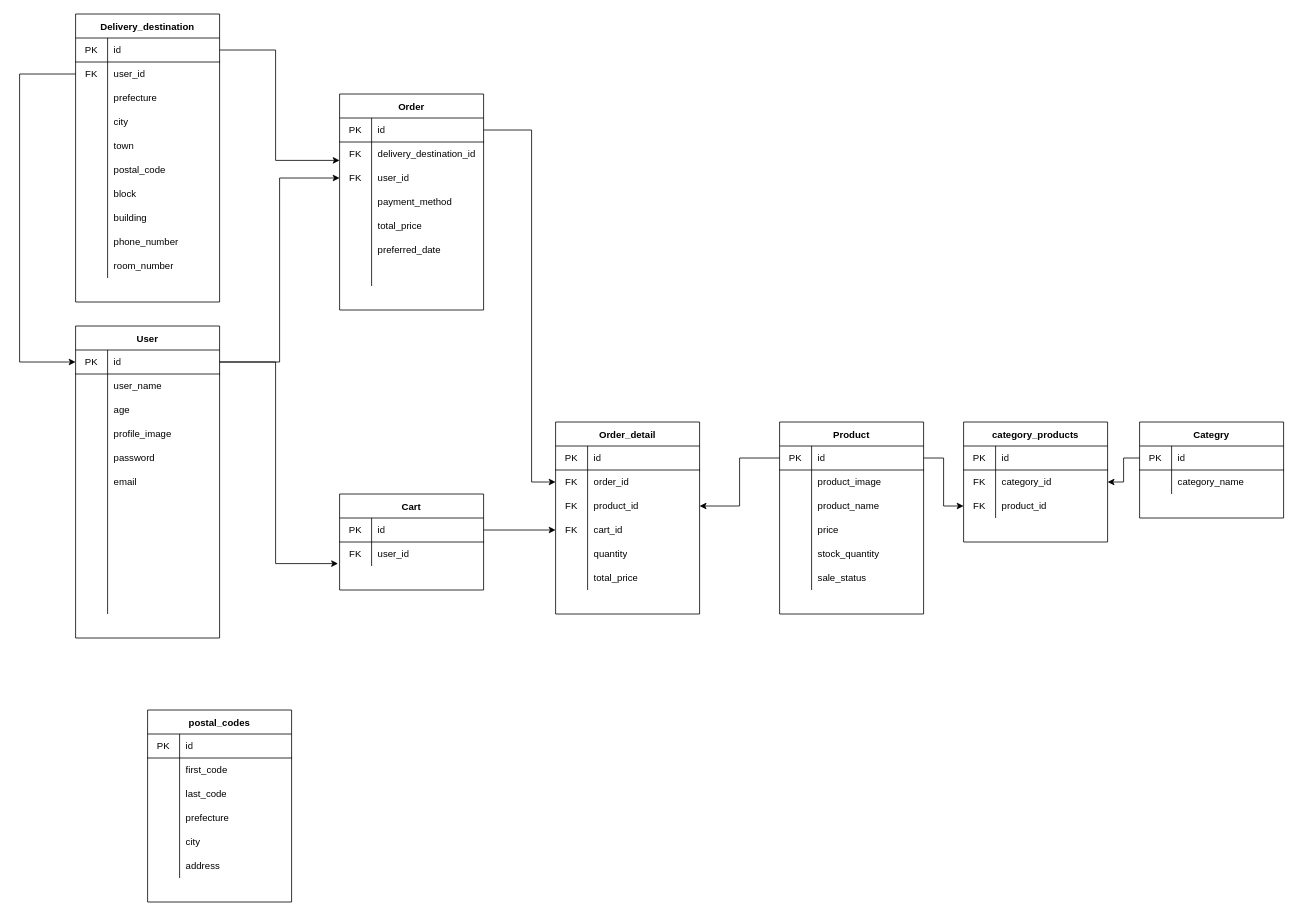
fukasat1009/KaimonoJaws keeps this draw.io diagram as backend/dbdiagram.dio. Above is the earlier version. Source tidied: cells renumbered, new cells numbered last; positions are measured from the earlier drawing's top-left corner, leaving out a move shared by most shapes. Both pictures are drawn from the tidied source at 80%, with x=0, y=0 at pixel (19, 14).
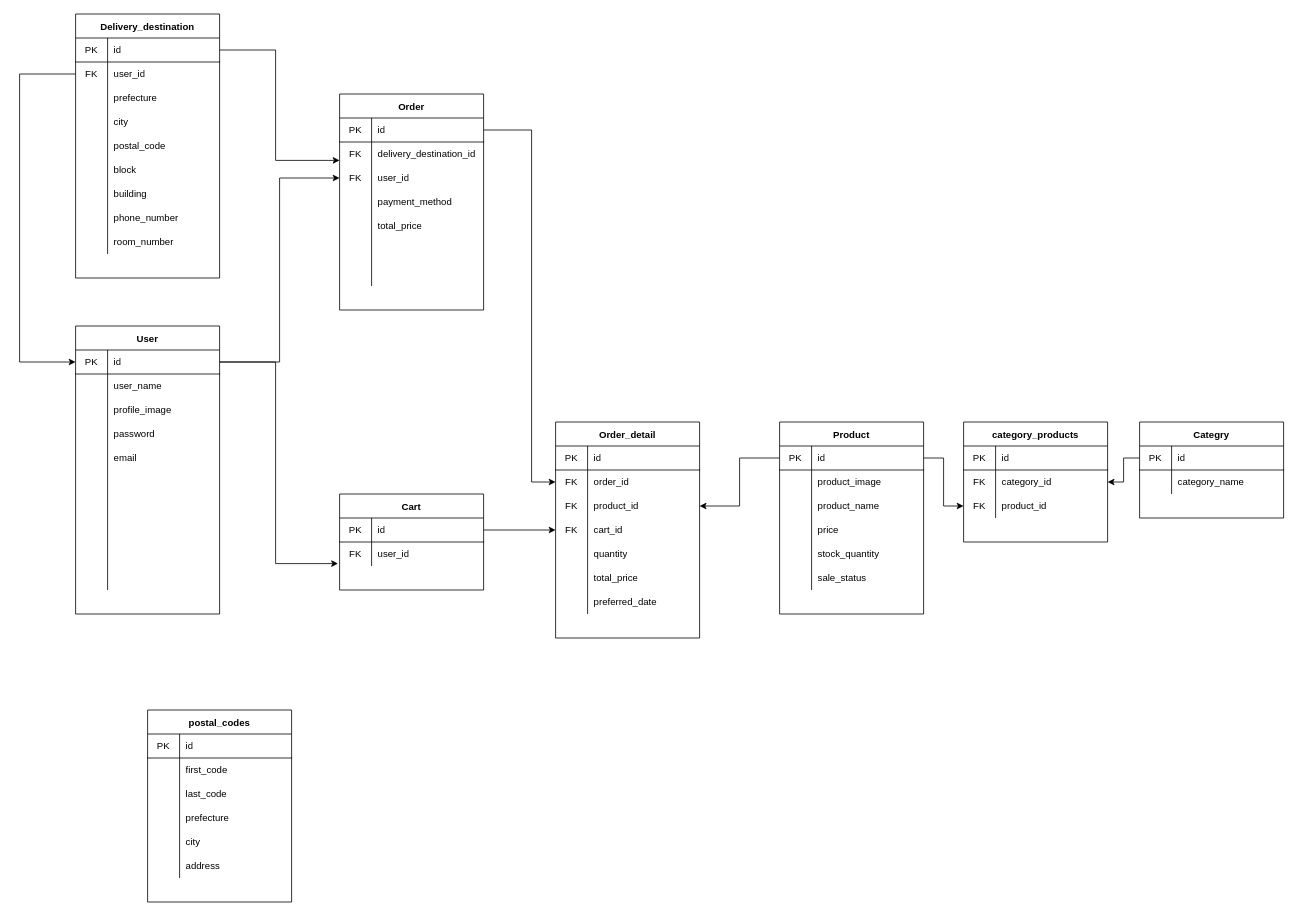
The same page after the edit.

The change refers to these unchanged cells:
```xml
<mxCell id="149" style="shape=partialRectangle;html=1;whiteSpace=wrap;fillColor=none;top=0;left=0;bottom=0;right=0;" parent="133" vertex="1">
  <mxGeometry y="180" width="180" height="30" as="geometry" />
</mxCell>
```

Change to the diagram source:
```diff
@@
     <mxCell id="2" value="User" style="shape=table;startSize=30;childLayout=tableLayout;rowLines=0;fontStyle=1;align=center;" parent="1" vertex="1">
-      <mxGeometry x="70" y="390" width="180" height="390" as="geometry" />
+      <mxGeometry x="70" y="390" width="180" height="360" as="geometry" />
     </mxCell>
@@
-    <mxCell id="9" style="shape=partialRectangle;html=1;whiteSpace=wrap;fillColor=none;top=0;left=0;bottom=0;right=0;" parent="2" vertex="1">
-      <mxGeometry y="90" width="180" height="30" as="geometry" />
-    </mxCell>
-    <mxCell id="10" style="shape=partialRectangle;html=1;whiteSpace=wrap;fillColor=none;top=0;left=0;bottom=0;right=0;overflow=hidden;" parent="9" vertex="1">
-      <mxGeometry width="40" height="30" as="geometry" />
-    </mxCell>
-    <mxCell id="11" value="age" style="shape=partialRectangle;html=1;whiteSpace=wrap;fillColor=none;top=0;left=0;bottom=0;right=0;align=left;spacingLeft=6;overflow=hidden;" parent="9" vertex="1">
-      <mxGeometry x="40" width="140" height="30" as="geometry" />
-    </mxCell>
     <mxCell id="12" style="shape=partialRectangle;html=1;whiteSpace=wrap;fillColor=none;top=0;left=0;bottom=0;right=0;" parent="2" vertex="1">
-      <mxGeometry y="120" width="180" height="30" as="geometry" />
+      <mxGeometry y="90" width="180" height="30" as="geometry" />
     </mxCell>
@@
     <mxCell id="15" style="shape=partialRectangle;html=1;whiteSpace=wrap;fillColor=none;top=0;left=0;bottom=0;right=0;" parent="2" vertex="1">
-      <mxGeometry y="150" width="180" height="30" as="geometry" />
+      <mxGeometry y="120" width="180" height="30" as="geometry" />
     </mxCell>
@@
     <mxCell id="18" style="shape=partialRectangle;html=1;whiteSpace=wrap;fillColor=none;top=0;left=0;bottom=0;right=0;" parent="2" vertex="1">
-      <mxGeometry y="180" width="180" height="30" as="geometry" />
+      <mxGeometry y="150" width="180" height="30" as="geometry" />
     </mxCell>
@@
     <mxCell id="21" style="shape=partialRectangle;html=1;whiteSpace=wrap;fillColor=none;top=0;left=0;bottom=0;right=0;" parent="2" vertex="1">
-      <mxGeometry y="210" width="180" height="30" as="geometry" />
+      <mxGeometry y="180" width="180" height="30" as="geometry" />
     </mxCell>
@@
     <mxCell id="24" style="shape=partialRectangle;html=1;whiteSpace=wrap;fillColor=none;top=0;left=0;bottom=0;right=0;" parent="2" vertex="1">
-      <mxGeometry y="240" width="180" height="30" as="geometry" />
+      <mxGeometry y="210" width="180" height="30" as="geometry" />
     </mxCell>
@@
     <mxCell id="27" style="shape=partialRectangle;html=1;whiteSpace=wrap;fillColor=none;top=0;left=0;bottom=0;right=0;" parent="2" vertex="1">
-      <mxGeometry y="270" width="180" height="30" as="geometry" />
+      <mxGeometry y="240" width="180" height="30" as="geometry" />
     </mxCell>
@@
     <mxCell id="30" style="shape=partialRectangle;html=1;whiteSpace=wrap;fillColor=none;top=0;left=0;bottom=0;right=0;" parent="2" vertex="1">
-      <mxGeometry y="300" width="180" height="30" as="geometry" />
+      <mxGeometry y="270" width="180" height="30" as="geometry" />
     </mxCell>
@@
     <mxCell id="33" style="shape=partialRectangle;html=1;whiteSpace=wrap;fillColor=none;top=0;left=0;bottom=0;right=0;" parent="2" vertex="1">
-      <mxGeometry y="330" width="180" height="30" as="geometry" />
+      <mxGeometry y="300" width="180" height="30" as="geometry" />
     </mxCell>
@@
     <mxCell id="36" value="Delivery_destination" style="shape=table;startSize=30;childLayout=tableLayout;rowLines=0;fontStyle=1;align=center;" parent="1" vertex="1">
-      <mxGeometry x="70" width="180" height="360" as="geometry" />
+      <mxGeometry x="70" width="180" height="330" as="geometry" />
     </mxCell>
@@
-    <mxCell id="49" style="shape=partialRectangle;html=1;whiteSpace=wrap;fillColor=none;top=0;left=0;bottom=0;right=0;" parent="36" vertex="1">
-      <mxGeometry y="150" width="180" height="30" as="geometry" />
-    </mxCell>
-    <mxCell id="50" style="shape=partialRectangle;html=1;whiteSpace=wrap;fillColor=none;top=0;left=0;bottom=0;right=0;overflow=hidden;" parent="49" vertex="1">
-      <mxGeometry width="40" height="30" as="geometry" />
-    </mxCell>
-    <mxCell id="51" value="town" style="shape=partialRectangle;html=1;whiteSpace=wrap;fillColor=none;top=0;left=0;bottom=0;right=0;align=left;spacingLeft=6;overflow=hidden;" parent="49" vertex="1">
-      <mxGeometry x="40" width="140" height="30" as="geometry" />
-    </mxCell>
     <mxCell id="52" style="shape=partialRectangle;html=1;whiteSpace=wrap;fillColor=none;top=0;left=0;bottom=0;right=0;" parent="36" vertex="1">
-      <mxGeometry y="180" width="180" height="30" as="geometry" />
+      <mxGeometry y="150" width="180" height="30" as="geometry" />
     </mxCell>
@@
     <mxCell id="55" style="shape=partialRectangle;html=1;whiteSpace=wrap;fillColor=none;top=0;left=0;bottom=0;right=0;" parent="36" vertex="1">
-      <mxGeometry y="210" width="180" height="30" as="geometry" />
+      <mxGeometry y="180" width="180" height="30" as="geometry" />
     </mxCell>
@@
     <mxCell id="58" style="shape=partialRectangle;html=1;whiteSpace=wrap;fillColor=none;top=0;left=0;bottom=0;right=0;" parent="36" vertex="1">
-      <mxGeometry y="240" width="180" height="30" as="geometry" />
+      <mxGeometry y="210" width="180" height="30" as="geometry" />
     </mxCell>
@@
     <mxCell id="61" style="shape=partialRectangle;html=1;whiteSpace=wrap;fillColor=none;top=0;left=0;bottom=0;right=0;" parent="36" vertex="1">
-      <mxGeometry y="270" width="180" height="30" as="geometry" />
+      <mxGeometry y="240" width="180" height="30" as="geometry" />
     </mxCell>
@@
     <mxCell id="64" style="shape=partialRectangle;html=1;whiteSpace=wrap;fillColor=none;top=0;left=0;bottom=0;right=0;" parent="36" vertex="1">
-      <mxGeometry y="300" width="180" height="30" as="geometry" />
+      <mxGeometry y="270" width="180" height="30" as="geometry" />
     </mxCell>
@@
     <mxCell id="93" value="Order_detail" style="shape=table;startSize=30;childLayout=tableLayout;rowLines=0;fontStyle=1;align=center;" parent="1" vertex="1">
-      <mxGeometry x="670" y="510" width="180" height="240" as="geometry" />
+      <mxGeometry x="670" y="510" width="180" height="270" as="geometry" />
     </mxCell>
@@
+    <mxCell id="179" style="shape=partialRectangle;html=1;whiteSpace=wrap;fillColor=none;top=0;left=0;bottom=0;right=0;" parent="93" vertex="1">
+      <mxGeometry y="210" width="180" height="30" as="geometry" />
+    </mxCell>
+    <mxCell id="180" style="shape=partialRectangle;html=1;whiteSpace=wrap;fillColor=none;top=0;left=0;bottom=0;right=0;overflow=hidden;" parent="179" vertex="1">
+      <mxGeometry width="40" height="30" as="geometry" />
+    </mxCell>
+    <mxCell id="181" value="&lt;span&gt;preferred_date&lt;/span&gt;" style="shape=partialRectangle;html=1;whiteSpace=wrap;fillColor=none;top=0;left=0;bottom=0;right=0;align=left;spacingLeft=6;overflow=hidden;" parent="179" vertex="1">
+      <mxGeometry x="40" width="140" height="30" as="geometry" />
+    </mxCell>
@@
-    <mxCell id="151" value="preferred_date" style="shape=partialRectangle;html=1;whiteSpace=wrap;fillColor=none;top=0;left=0;bottom=0;right=0;align=left;spacingLeft=6;overflow=hidden;" parent="149" vertex="1">
+    <mxCell id="151" style="shape=partialRectangle;html=1;whiteSpace=wrap;fillColor=none;top=0;left=0;bottom=0;right=0;align=left;spacingLeft=6;overflow=hidden;" parent="149" vertex="1">
       <mxGeometry x="40" width="140" height="30" as="geometry" />
     </mxCell>
```
